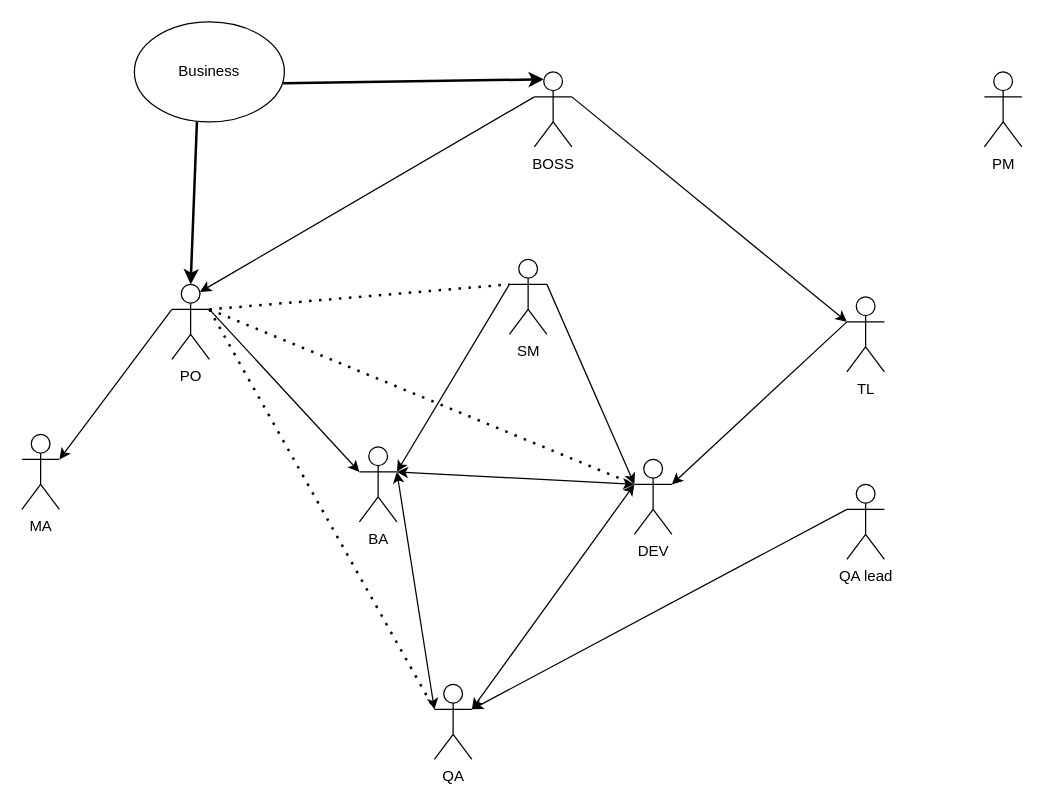
This is Untitled Diagram.drawio from clearriver/draw, a draw.io file, before an edit. Source tidied: cells renumbered, new cells numbered last; positions are measured from the earlier drawing's top-left corner, leaving out a move shared by most shapes. Both pictures are drawn from the tidied source at 125%, with x=0, y=0 at pixel (21, 21).
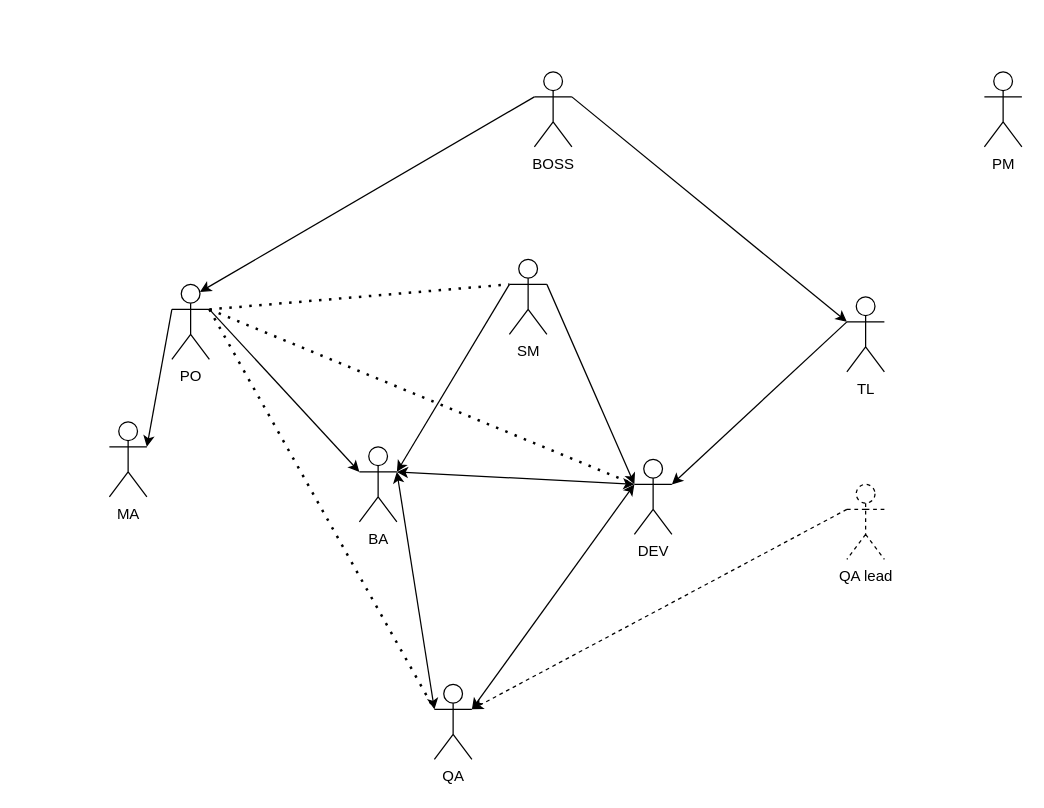
The same diagram, later.

The change refers to these unchanged cells:
```xml
<mxCell id="2" value="PO" style="shape=umlActor;verticalLabelPosition=bottom;verticalAlign=top;html=1;outlineConnect=0;" parent="1" vertex="1">
  <mxGeometry x="120" y="210" width="30" height="60" as="geometry" />
</mxCell>
<mxCell id="10" value="QA" style="shape=umlActor;verticalLabelPosition=bottom;verticalAlign=top;html=1;outlineConnect=0;" parent="1" vertex="1">
  <mxGeometry x="330" y="530" width="30" height="60" as="geometry" />
</mxCell>
<mxCell id="19" value="BOSS" style="shape=umlActor;verticalLabelPosition=bottom;verticalAlign=top;html=1;outlineConnect=0;" parent="1" vertex="1">
  <mxGeometry x="410" y="40" width="30" height="60" as="geometry" />
</mxCell>
```

What changed in the source:
```diff
@@
     <mxCell id="3" value="MA" style="shape=umlActor;verticalLabelPosition=bottom;verticalAlign=top;html=1;outlineConnect=0;" parent="1" vertex="1">
-      <mxGeometry y="330" width="30" height="60" as="geometry" />
+      <mxGeometry x="70" y="320" width="30" height="60" as="geometry" />
     </mxCell>
@@
-    <mxCell id="22" value="Business" style="ellipse;whiteSpace=wrap;html=1;" parent="1" vertex="1">
-      <mxGeometry x="90" width="120" height="80" as="geometry" />
-    </mxCell>
-    <mxCell id="23" style="endArrow=classic;html=1;entryX=0.25;entryY=0.1;entryDx=0;entryDy=0;entryPerimeter=0;exitX=0.992;exitY=0.613;exitDx=0;exitDy=0;exitPerimeter=0;strokeWidth=2;" parent="1" edge="1" source="22" target="19">
-      <mxGeometry relative="1" as="geometry" />
-    </mxCell>
-    <mxCell id="24" style="endArrow=classic;html=1;exitX=0.417;exitY=1;exitDx=0;exitDy=0;exitPerimeter=0;entryX=0.5;entryY=0;entryDx=0;entryDy=0;entryPerimeter=0;strokeWidth=2;" parent="1" edge="1" source="22" target="2">
-      <mxGeometry relative="1" as="geometry" />
-    </mxCell>
@@
-    <mxCell id="26" value="QA lead" style="shape=umlActor;verticalLabelPosition=bottom;verticalAlign=top;html=1;outlineConnect=0;" parent="1" vertex="1">
+    <mxCell id="26" value="QA lead" style="shape=umlActor;verticalLabelPosition=bottom;verticalAlign=top;html=1;outlineConnect=0;dashed=1;" parent="1" vertex="1">
       <mxGeometry x="660" y="370" width="30" height="60" as="geometry" />
     </mxCell>
@@
-    <mxCell id="28" style="endArrow=classic;html=1;strokeWidth=1;entryX=1;entryY=0.3333333333333333;entryDx=0;entryDy=0;entryPerimeter=0;exitX=0;exitY=0.3333333333333333;exitDx=0;exitDy=0;exitPerimeter=0;" parent="1" edge="1" source="26" target="10">
+    <mxCell id="28" style="endArrow=classic;html=1;strokeWidth=1;entryX=1;entryY=0.3333333333333333;entryDx=0;entryDy=0;entryPerimeter=0;exitX=0;exitY=0.3333333333333333;exitDx=0;exitDy=0;exitPerimeter=0;dashed=1;" parent="1" edge="1" source="26" target="10">
       <mxGeometry relative="1" as="geometry" />
     </mxCell>
```
